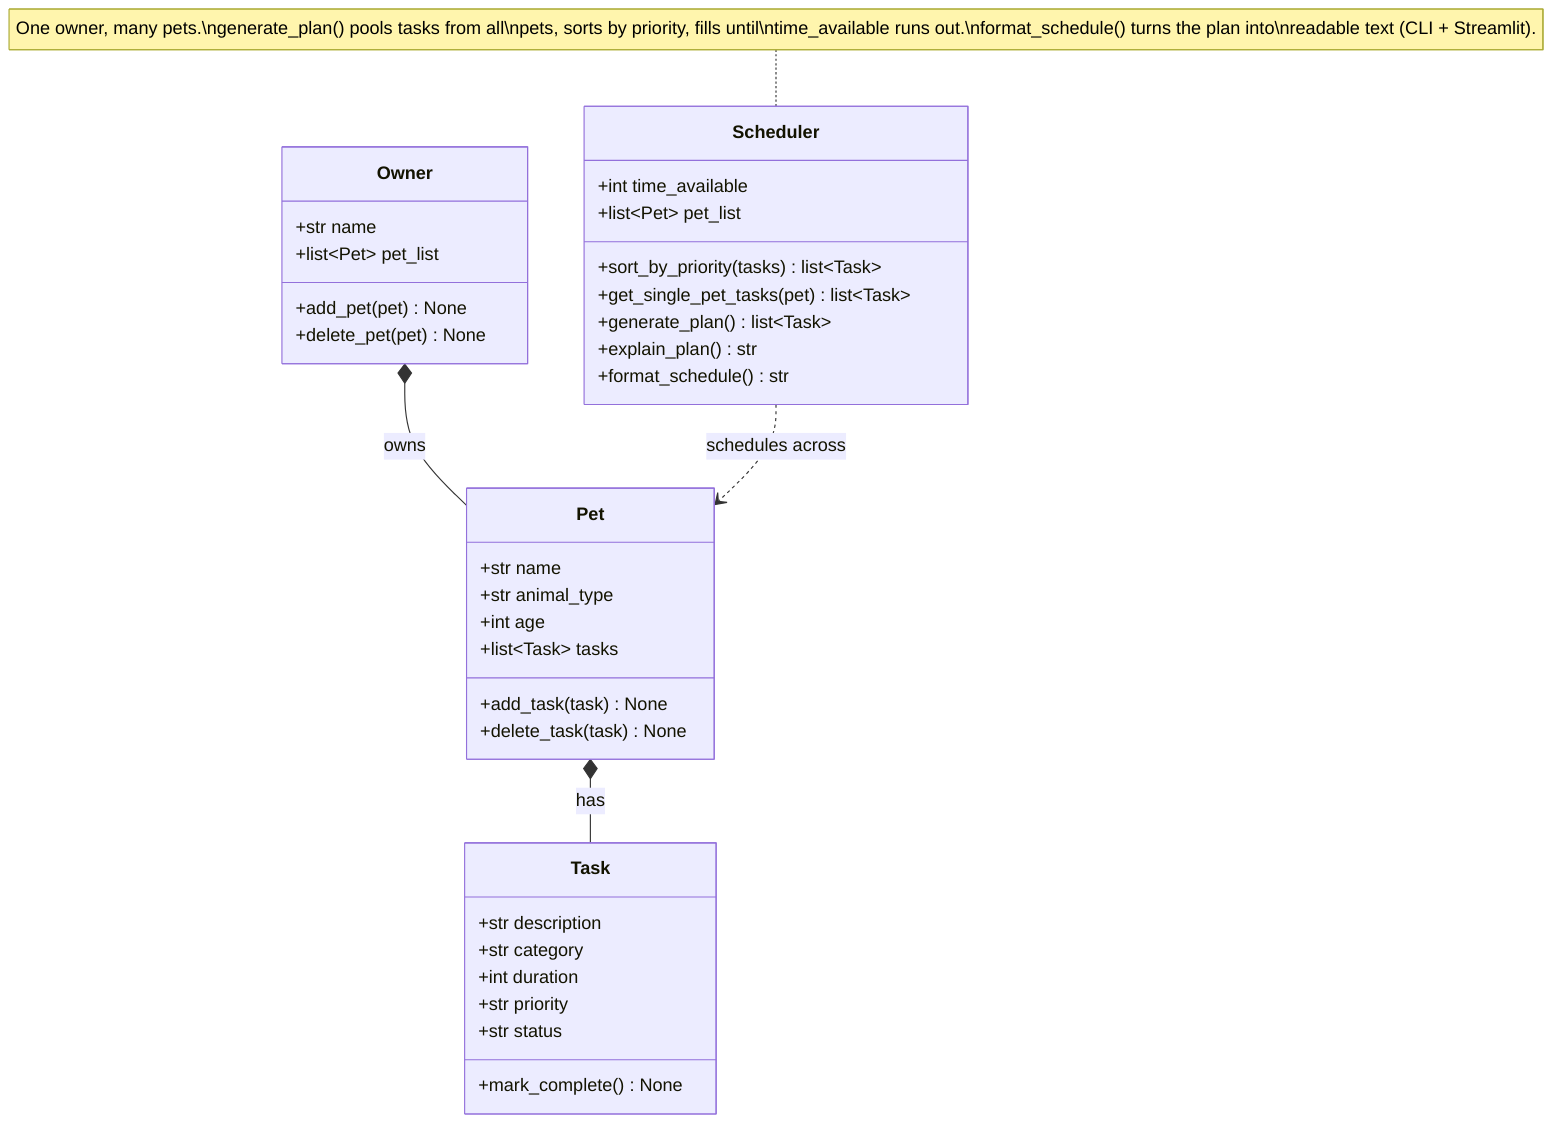
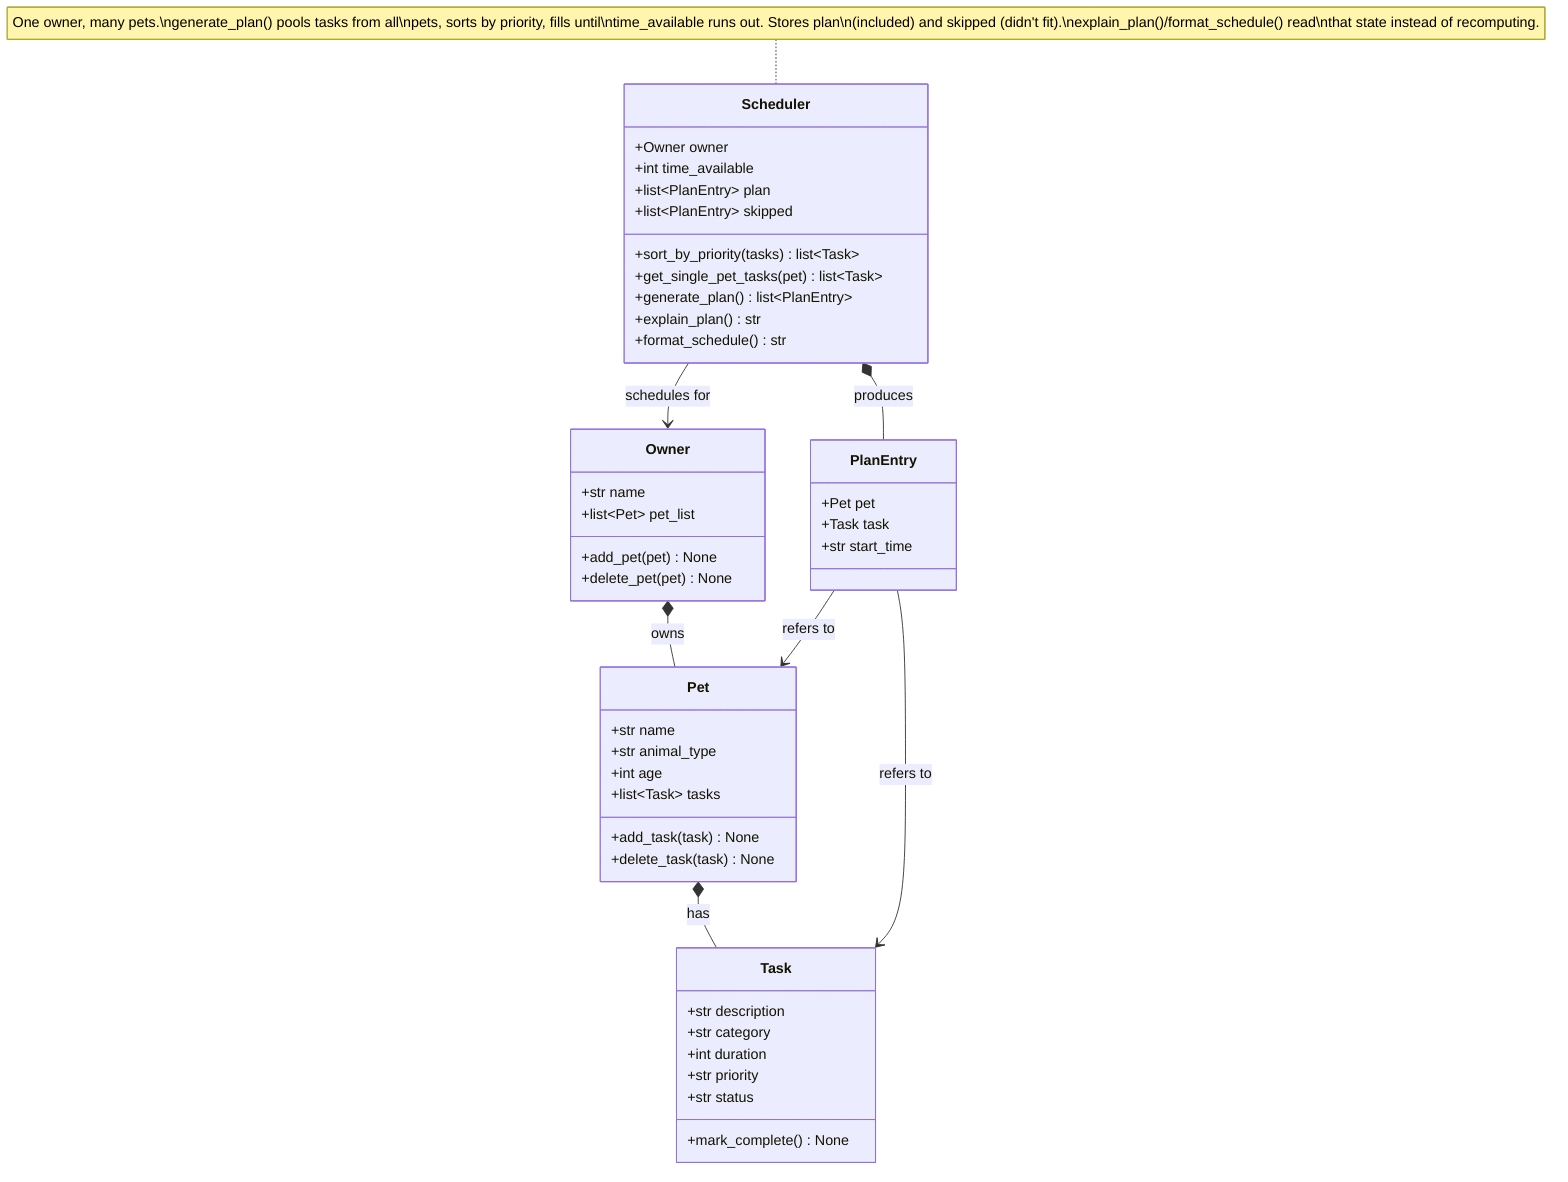
classDiagram
    class Owner {
        +str name
        +list~Pet~ pet_list
        +add_pet(pet) None
        +delete_pet(pet) None
    }

    class Pet {
        +str name
        +str animal_type
        +int age
        +list~Task~ tasks
        +add_task(task) None
        +delete_task(task) None
    }

    class Task {
        +str description
        +str category
        +int duration
        +str priority
        +str status
        +mark_complete() None
    }

+     class PlanEntry {
+         +Pet pet
+         +Task task
+         +str start_time
+     }
+ 
    class Scheduler {
+         +Owner owner
        +int time_available
-         +list~Pet~ pet_list
+         +list~PlanEntry~ plan
+         +list~PlanEntry~ skipped
        +sort_by_priority(tasks) list~Task~
        +get_single_pet_tasks(pet) list~Task~
-         +generate_plan() list~Task~
+         +generate_plan() list~PlanEntry~
        +explain_plan() str
        +format_schedule() str
    }

    Owner *-- Pet : owns
    Pet *-- Task : has
-     Scheduler ..> Pet : schedules across
+     Scheduler --> Owner : schedules for
+     PlanEntry --> Pet : refers to
+     PlanEntry --> Task : refers to
+     Scheduler *-- PlanEntry : produces

-     note for Scheduler "One owner, many pets.\ngenerate_plan() pools tasks from all\npets, sorts by priority, fills until\ntime_available runs out.\nformat_schedule() turns the plan into\nreadable text (CLI + Streamlit)."
+     note for Scheduler "One owner, many pets.\ngenerate_plan() pools tasks from all\npets, sorts by priority, fills until\ntime_available runs out. Stores plan\n(included) and skipped (didn't fit).\nexplain_plan()/format_schedule() read\nthat state instead of recomputing."
